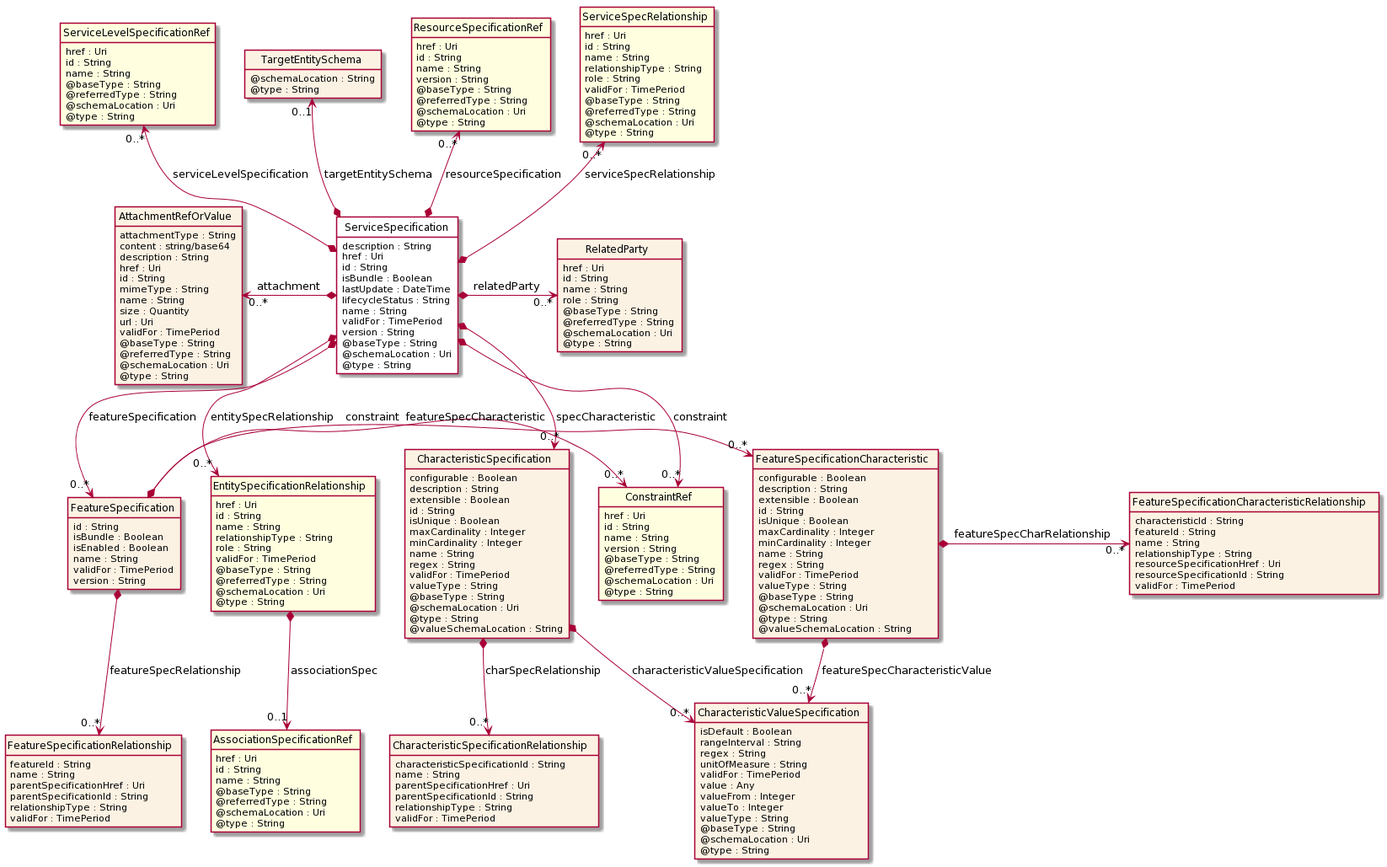
This is apis/TMF633_Service_Catalog/documentation/diagrams/Resource_ServiceSpecification.png from tmforum-apis/Open_Api_And_Data_Model, a PlantUML export, as it was before one commit.
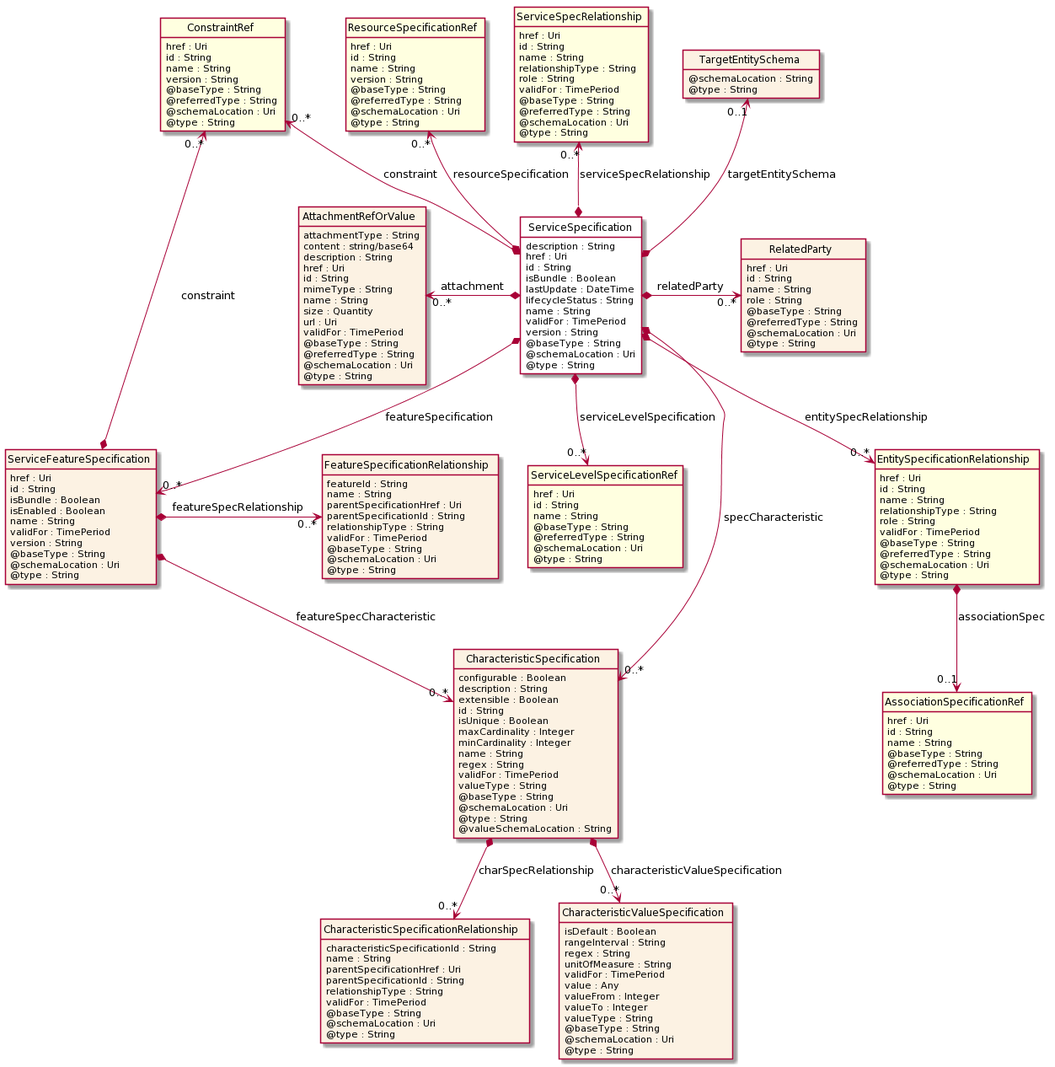
After the change.

The edit, as a diff of the source:
```diff
@@ -76,6 +76,9 @@
     parentSpecificationId : String
     relationshipType : String
     validFor : TimePeriod
+    @baseType : String
+    @schemaLocation : Uri
+    @type : String
 }
 
 class CharacteristicValueSpecification  {
@@ -127,13 +130,17 @@
     @type : String
 }
 
-class FeatureSpecification  {
+class ServiceFeatureSpecification  {
+    href : Uri
     id : String
     isBundle : Boolean
     isEnabled : Boolean
     name : String
     validFor : TimePeriod
     version : String
+    @baseType : String
+    @schemaLocation : Uri
+    @type : String
 }
 
 class FeatureSpecificationRelationship  {
@@ -143,6 +150,9 @@
     parentSpecificationId : String
     relationshipType : String
     validFor : TimePeriod
+    @baseType : String
+    @schemaLocation : Uri
+    @type : String
 }
 
 class ConstraintRef  <<Ref>> {
@@ -154,34 +164,6 @@
     @referredType : String
     @schemaLocation : Uri
     @type : String
-}
-
-class FeatureSpecificationCharacteristic  {
-    configurable : Boolean
-    description : String
-    extensible : Boolean
-    id : String
-    isUnique : Boolean
-    maxCardinality : Integer
-    minCardinality : Integer
-    name : String
-    regex : String
-    validFor : TimePeriod
-    valueType : String
-    @baseType : String
-    @schemaLocation : Uri
-    @type : String
-    @valueSchemaLocation : String
-}
-
-class FeatureSpecificationCharacteristicRelationship  {
-    characteristicId : String
-    featureId : String
-    name : String
-    relationshipType : String
-    resourceSpecificationHref : Uri
-    resourceSpecificationId : String
-    validFor : TimePeriod
 }
 
 class AttachmentRefOrValue  {
@@ -214,19 +196,15 @@
     @type : String
 }
 
-ServiceSpecification *-->  "0..*" ConstraintRef : constraint
+ConstraintRef "0..*" <--* ServiceSpecification : constraint
 
 ServiceSpecification *-->  "0..*" CharacteristicSpecification : specCharacteristic
 
-ServiceSpecification *-->  "0..*" FeatureSpecification : featureSpecification
+ServiceSpecification *-->  "0..*" ServiceFeatureSpecification : featureSpecification
 
-CharacteristicSpecification *-->  "0..*" CharacteristicValueSpecification : characteristicValueSpecification
+ConstraintRef "0..*" <--* ServiceFeatureSpecification : constraint
 
-FeatureSpecification *-right-> "0..*" ConstraintRef : constraint
-
-FeatureSpecification *-right-> "0..*" FeatureSpecificationCharacteristic : featureSpecCharacteristic
-
-FeatureSpecificationCharacteristic *-->  "0..*" CharacteristicValueSpecification : featureSpecCharacteristicValue
+ServiceFeatureSpecification *-->  "0..*" CharacteristicSpecification : featureSpecCharacteristic
 
 AttachmentRefOrValue "0..*" <-left-* ServiceSpecification : attachment
 
@@ -238,17 +216,15 @@
 
 ServiceSpecRelationship "0..*" <--* ServiceSpecification : serviceSpecRelationship
 
-ServiceLevelSpecificationRef "0..*" <--* ServiceSpecification : serviceLevelSpecification
+ServiceSpecification *-->  "0..*" ServiceLevelSpecificationRef : serviceLevelSpecification
 
 ServiceSpecification *-->  "0..*" EntitySpecificationRelationship : entitySpecRelationship
 
-ConstraintRef <-left[hidden]- EntitySpecificationRelationship
-
-FeatureSpecification *-->  "0..*" FeatureSpecificationRelationship : featureSpecRelationship
+ServiceFeatureSpecification *-right-> "0..*" FeatureSpecificationRelationship : featureSpecRelationship
 
 CharacteristicSpecification *-->  "0..*" CharacteristicSpecificationRelationship : charSpecRelationship
 
-FeatureSpecificationCharacteristic *-right-> "0..*" FeatureSpecificationCharacteristicRelationship : featureSpecCharRelationship
+CharacteristicSpecification *-->  "0..*" CharacteristicValueSpecification : characteristicValueSpecification
 
 EntitySpecificationRelationship *-->  "0..1" AssociationSpecificationRef : associationSpec
 
```
